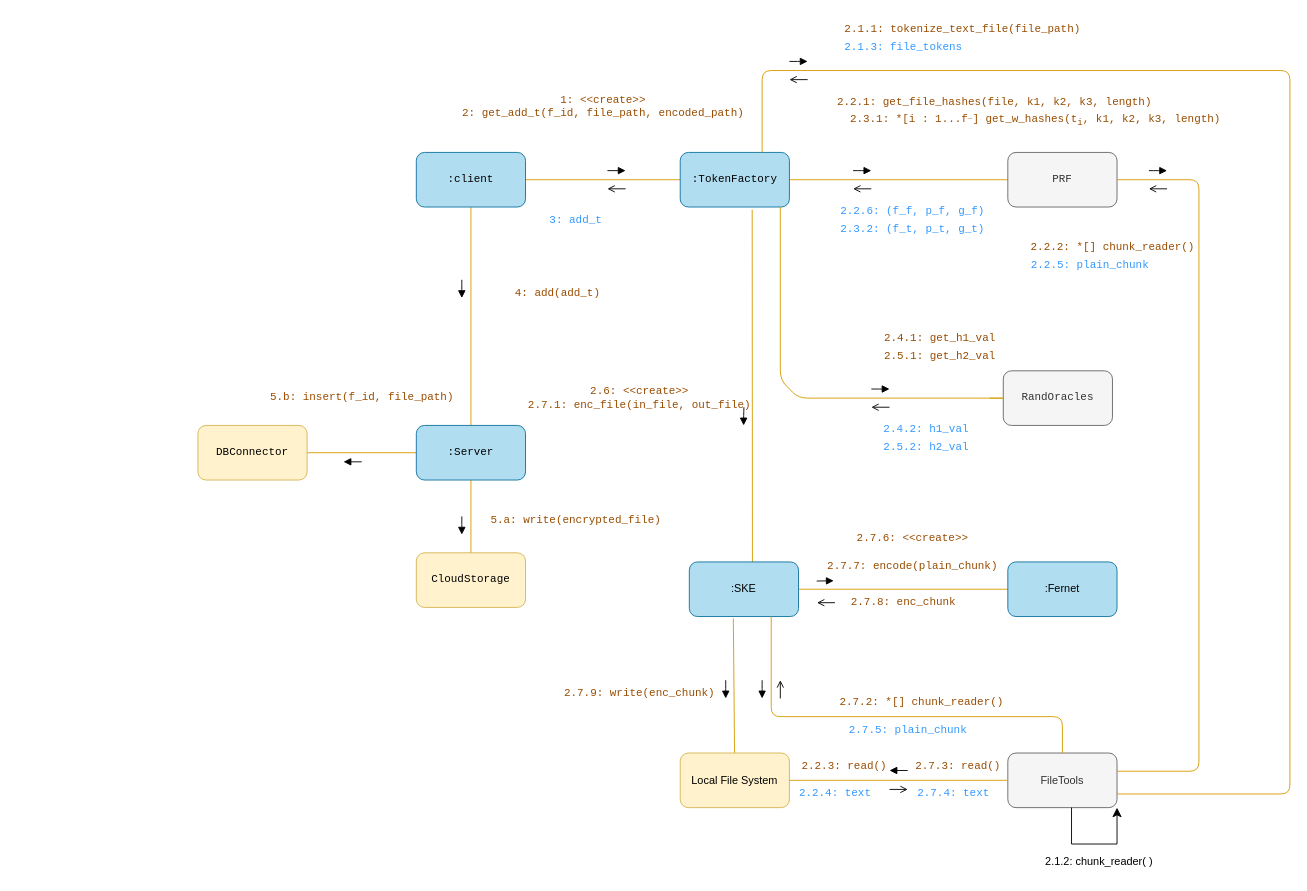
Before: page "add-communication" (2 of 4) of diagrams/behavioral/serevr-core.drawio in thisisel/dynamic-sse, a draw.io diagram. Source tidied: cells renumbered, new cells numbered last; positions are measured from the earlier drawing's top-left corner, leaving out a move shared by most shapes. Both pictures are drawn from the tidied source at 91%, with x=0, y=0 at pixel (197, 15).
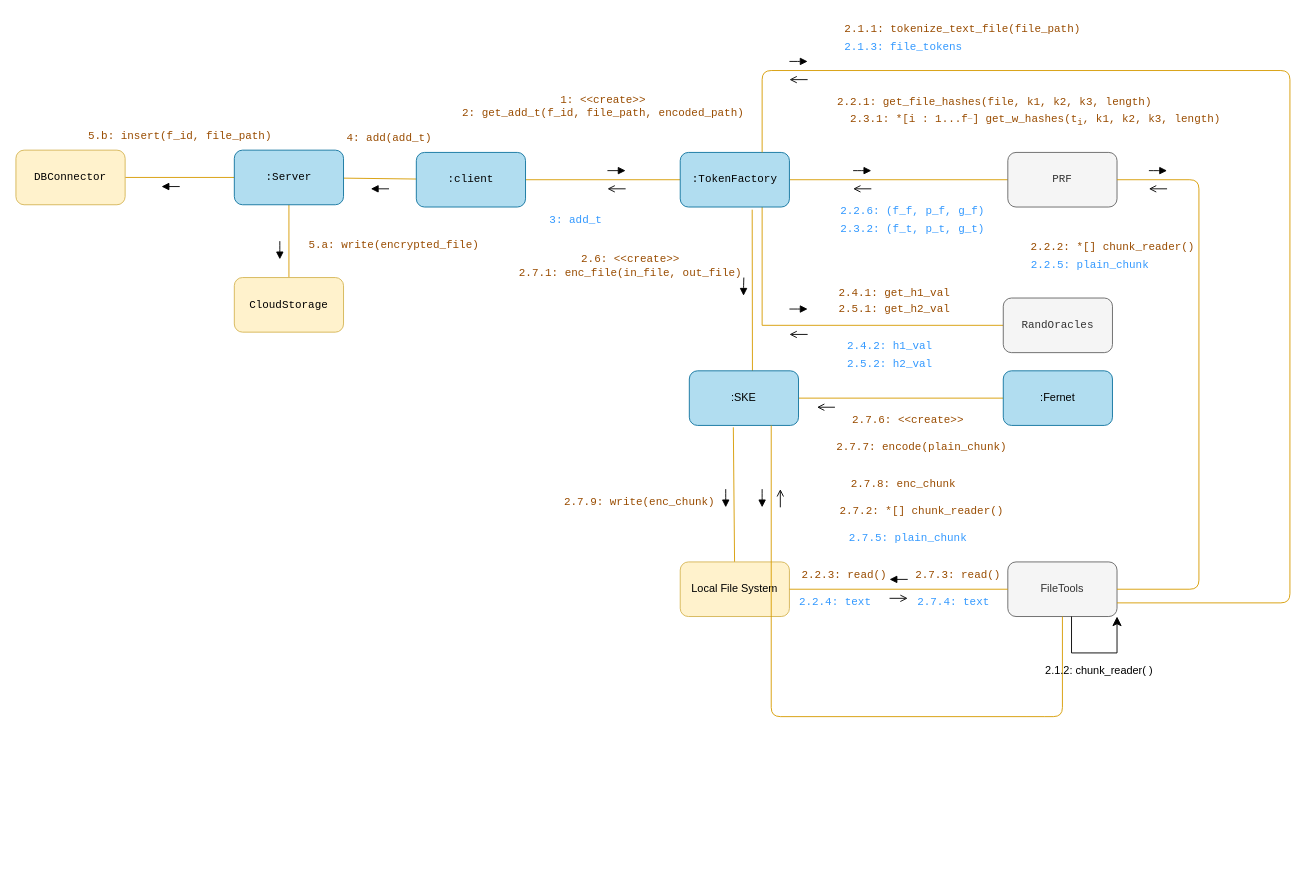
After the change.

Unchanged cells that the change refers to:
```xml
<mxCell id="7" value=":TokenFactory" style="whiteSpace=wrap;html=1;rounded=1;fontFamily=Courier New;fillColor=#b1ddf0;strokeColor=#10739e;" parent="1" vertex="1">
  <mxGeometry x="530" y="150" width="120" height="60" as="geometry" />
</mxCell>
<mxCell id="8" value="PRF" style="whiteSpace=wrap;html=1;rounded=1;fontFamily=Courier New;fillColor=#f5f5f5;strokeColor=#666666;fontColor=#333333;" parent="1" vertex="1">
  <mxGeometry x="890" y="150" width="120" height="60" as="geometry" />
</mxCell>
```

Change to the diagram source:
```diff
@@
+    <mxCell id="77" style="edgeStyle=orthogonalEdgeStyle;rounded=0;jettySize=auto;html=1;exitX=0.75;exitY=1;exitDx=0;exitDy=0;entryX=0;entryY=0.5;entryDx=0;entryDy=0;strokeColor=#D79B00;endArrow=none;endFill=0;" parent="1" edge="1" source="7" target="27">
+      <mxGeometry relative="1" as="geometry" />
+    </mxCell>
@@
     <mxCell id="11" value=":Server" style="whiteSpace=wrap;html=1;rounded=1;fontFamily=Courier New;fillColor=#b1ddf0;strokeColor=#10739e;" parent="1" vertex="1">
-      <mxGeometry x="240" y="450" width="120" height="60" as="geometry" />
+      <mxGeometry x="40" y="147.5" width="120" height="60" as="geometry" />
     </mxCell>
@@
-    <mxCell id="19" style="html=1;verticalAlign=bottom;labelBackgroundColor=none;endArrow=block;endFill=1;fontFamily=Courier New;fillColor=#ffe6cc;strokeColor=#000000;" parent="1" edge="1">
-      <mxGeometry relative="1" as="geometry">
-        <mxPoint x="290" y="290" as="sourcePoint" />
-        <mxPoint x="290" y="310" as="targetPoint" />
-        <Array as="points">
-          <mxPoint x="290" y="300" />
-        </Array>
-      </mxGeometry>
-    </mxCell>
@@
     <mxCell id="21" value="&lt;font color=&quot;#994c00&quot;&gt;4: add(add_t)&lt;/font&gt;" style="text;html=1;align=center;verticalAlign=middle;strokeColor=none;fillColor=none;fontFamily=Courier New;" parent="1" vertex="1">
-      <mxGeometry x="335" y="290" width="120" height="30" as="geometry" />
+      <mxGeometry x="150" y="120" width="120" height="30" as="geometry" />
     </mxCell>
@@
     <mxCell id="24" value=":SKE" style="rounded=1;whiteSpace=wrap;html=1;fillColor=#b1ddf0;strokeColor=#10739e;" parent="1" vertex="1">
-      <mxGeometry x="540" y="600" width="120" height="60" as="geometry" />
+      <mxGeometry x="540" y="390" width="120" height="60" as="geometry" />
     </mxCell>
@@
     <mxCell id="27" value="RandOracles" style="whiteSpace=wrap;html=1;fontFamily=Courier New;fillColor=#f5f5f5;strokeColor=#666666;rounded=1;fontColor=#333333;" parent="1" vertex="1">
-      <mxGeometry x="885" y="390" width="120" height="60" as="geometry" />
+      <mxGeometry x="885" y="310" width="120" height="60" as="geometry" />
     </mxCell>
-    <mxCell id="28" style="edgeStyle=none;html=1;endArrow=none;endFill=0;fillColor=#ffe6cc;strokeColor=#d79b00;" parent="1" edge="1">
-      <mxGeometry relative="1" as="geometry">
-        <mxPoint x="640" y="210" as="sourcePoint" />
-        <mxPoint x="870" y="420" as="targetPoint" />
-        <Array as="points">
-          <mxPoint x="640" y="300" />
-          <mxPoint x="640" y="400" />
-          <mxPoint x="660" y="420" />
-          <mxPoint x="700" y="420" />
-          <mxPoint x="890" y="420" />
-        </Array>
-      </mxGeometry>
-    </mxCell>
     <mxCell id="29" style="html=1;verticalAlign=bottom;labelBackgroundColor=none;endArrow=block;endFill=1;fontFamily=Courier New;fillColor=#ffe6cc;strokeColor=#000000;" parent="1" edge="1">
       <mxGeometry relative="1" as="geometry">
-        <mxPoint x="600" y="430" as="sourcePoint" />
-        <mxPoint x="599.7" y="450" as="targetPoint" />
+        <mxPoint x="599.9" y="287.5" as="sourcePoint" />
+        <mxPoint x="599.6" y="307.5" as="targetPoint" />
         <Array as="points">
-          <mxPoint x="599.7" y="440" />
+          <mxPoint x="599.6" y="297.5" />
         </Array>
       </mxGeometry>
     </mxCell>
     <mxCell id="30" style="html=1;verticalAlign=bottom;labelBackgroundColor=none;endArrow=open;endFill=0;fontFamily=Courier New;fillColor=#ffe6cc;strokeColor=#000000;" parent="1" edge="1">
       <mxGeometry relative="1" as="geometry">
-        <mxPoint x="760" y="430" as="sourcePoint" />
-        <mxPoint x="740" y="430" as="targetPoint" />
+        <mxPoint x="670" y="350" as="sourcePoint" />
+        <mxPoint x="650" y="350" as="targetPoint" />
       </mxGeometry>
     </mxCell>
     <mxCell id="31" value="&lt;font color=&quot;#994c00&quot;&gt;2.4.1: get_h1_val&lt;/font&gt;" style="text;html=1;align=center;verticalAlign=middle;strokeColor=none;fillColor=none;fontFamily=Courier New;" parent="1" vertex="1">
-      <mxGeometry x="740" y="340" width="150" height="30" as="geometry" />
+      <mxGeometry x="690" y="290" width="150" height="30" as="geometry" />
     </mxCell>
     <mxCell id="32" value="&lt;font color=&quot;#3399ff&quot;&gt;2.4.2: h1_val&lt;/font&gt;" style="text;html=1;align=center;verticalAlign=middle;strokeColor=none;fillColor=none;fontFamily=Courier New;" parent="1" vertex="1">
-      <mxGeometry x="740" y="440" width="120" height="30" as="geometry" />
+      <mxGeometry x="700" y="347.5" width="120" height="30" as="geometry" />
     </mxCell>
     <mxCell id="33" value="&lt;font color=&quot;#994c00&quot;&gt;2.5.1: get_h2_val&lt;/font&gt;" style="text;html=1;align=center;verticalAlign=middle;strokeColor=none;fillColor=none;fontFamily=Courier New;" parent="1" vertex="1">
-      <mxGeometry x="740" y="360" width="150" height="30" as="geometry" />
+      <mxGeometry x="690" y="307.5" width="150" height="30" as="geometry" />
     </mxCell>
     <mxCell id="34" value="&lt;font color=&quot;#3399ff&quot;&gt;2.5.2: h2_val&lt;/font&gt;" style="text;html=1;align=center;verticalAlign=middle;strokeColor=none;fillColor=none;fontFamily=Courier New;" parent="1" vertex="1">
-      <mxGeometry x="740" y="460" width="120" height="30" as="geometry" />
+      <mxGeometry x="700" y="367.5" width="120" height="30" as="geometry" />
     </mxCell>
     <mxCell id="35" value="&lt;font color=&quot;#994c00&quot;&gt;2.6: &amp;lt;&amp;lt;create&amp;gt;&amp;gt;&lt;br&gt;2.7.1: enc_file(in_file, out_file)&lt;br&gt;&lt;/font&gt;" style="text;html=1;align=center;verticalAlign=middle;strokeColor=none;fillColor=none;fontFamily=Courier New;" parent="1" vertex="1">
-      <mxGeometry x="350" y="400" width="270" height="40" as="geometry" />
+      <mxGeometry x="340" y="255" width="270" height="40" as="geometry" />
     </mxCell>
     <mxCell id="36" style="html=1;verticalAlign=bottom;labelBackgroundColor=none;endArrow=block;endFill=1;fontFamily=Courier New;fillColor=#ffe6cc;strokeColor=#000000;" parent="1" edge="1">
       <mxGeometry relative="1" as="geometry">
-        <mxPoint x="740" y="410" as="sourcePoint" />
-        <mxPoint x="760" y="410" as="targetPoint" />
+        <mxPoint x="650" y="322.1" as="sourcePoint" />
+        <mxPoint x="670" y="322.1" as="targetPoint" />
         <Array as="points">
-          <mxPoint x="750" y="410" />
+          <mxPoint x="660" y="322.1" />
         </Array>
       </mxGeometry>
     </mxCell>
     <mxCell id="37" value="Local File System" style="whiteSpace=wrap;html=1;fillColor=#fff2cc;strokeColor=#d6b656;rounded=1;" parent="1" vertex="1">
-      <mxGeometry x="530" y="810" width="120" height="60" as="geometry" />
+      <mxGeometry x="530" y="600" width="120" height="60" as="geometry" />
     </mxCell>
     <mxCell id="38" style="html=1;verticalAlign=bottom;labelBackgroundColor=none;endArrow=block;endFill=1;fontFamily=Courier New;fillColor=#ffe6cc;strokeColor=#000000;" parent="1" edge="1">
       <mxGeometry relative="1" as="geometry">
-        <mxPoint x="580" y="730" as="sourcePoint" />
-        <mxPoint x="580" y="750" as="targetPoint" />
+        <mxPoint x="580" y="520" as="sourcePoint" />
+        <mxPoint x="580" y="540" as="targetPoint" />
         <Array as="points">
-          <mxPoint x="580" y="740" />
+          <mxPoint x="580" y="530" />
         </Array>
       </mxGeometry>
     </mxCell>
     <mxCell id="39" style="html=1;verticalAlign=bottom;labelBackgroundColor=none;endArrow=open;endFill=0;fontFamily=Courier New;fillColor=#ffe6cc;strokeColor=#000000;" parent="1" edge="1">
       <mxGeometry relative="1" as="geometry">
-        <mxPoint x="640" y="750" as="sourcePoint" />
-        <mxPoint x="640" y="730" as="targetPoint" />
+        <mxPoint x="640" y="540" as="sourcePoint" />
+        <mxPoint x="640" y="520" as="targetPoint" />
       </mxGeometry>
     </mxCell>
     <mxCell id="40" value="&lt;font color=&quot;#994c00&quot;&gt;2.7.9: write(enc_chunk)&lt;br&gt;&lt;/font&gt;" style="text;html=1;align=center;verticalAlign=middle;strokeColor=none;fillColor=none;fontFamily=Courier New;" parent="1" vertex="1">
-      <mxGeometry x="390" y="730" width="190" height="30" as="geometry" />
+      <mxGeometry x="390" y="520" width="190" height="30" as="geometry" />
     </mxCell>
     <mxCell id="41" value="FileTools" style="whiteSpace=wrap;html=1;fillColor=#f5f5f5;strokeColor=#666666;rounded=1;fontColor=#333333;" parent="1" vertex="1">
-      <mxGeometry x="890" y="810" width="120" height="60" as="geometry" />
+      <mxGeometry x="890" y="600" width="120" height="60" as="geometry" />
     </mxCell>
-    <mxCell id="42" style="edgeStyle=none;html=1;endArrow=none;endFill=0;fillColor=#ffe6cc;strokeColor=#d79b00;entryX=0.5;entryY=0;entryDx=0;entryDy=0;exitX=0.75;exitY=1;exitDx=0;exitDy=0;" parent="1" edge="1" source="24" target="41">
+    <mxCell id="42" style="edgeStyle=none;html=1;endArrow=none;endFill=0;fillColor=#ffe6cc;strokeColor=#d79b00;exitX=0.75;exitY=1;exitDx=0;exitDy=0;" parent="1" edge="1" source="24" target="41">
       <mxGeometry relative="1" as="geometry">
         <Array as="points">
           <mxPoint x="630" y="770" />
           <mxPoint x="920" y="770" />
           <mxPoint x="950" y="770" />
         </Array>
       </mxGeometry>
     </mxCell>
     <mxCell id="43" style="html=1;verticalAlign=bottom;labelBackgroundColor=none;endArrow=block;endFill=1;fontFamily=Courier New;fillColor=#ffe6cc;strokeColor=#000000;" parent="1" edge="1">
       <mxGeometry relative="1" as="geometry">
-        <mxPoint x="620" y="730" as="sourcePoint" />
-        <mxPoint x="620" y="750" as="targetPoint" />
+        <mxPoint x="620" y="520" as="sourcePoint" />
+        <mxPoint x="620" y="540" as="targetPoint" />
         <Array as="points">
-          <mxPoint x="620" y="740" />
+          <mxPoint x="620" y="530" />
         </Array>
       </mxGeometry>
     </mxCell>
     <mxCell id="44" value="&lt;font color=&quot;#994c00&quot;&gt;2.7.2: *[] chunk_reader()&lt;br&gt;&lt;/font&gt;" style="text;html=1;align=center;verticalAlign=middle;strokeColor=none;fillColor=none;fontFamily=Courier New;" parent="1" vertex="1">
-      <mxGeometry x="695" y="740" width="200" height="30" as="geometry" />
+      <mxGeometry x="695" y="530" width="200" height="30" as="geometry" />
     </mxCell>
     <mxCell id="45" value="&lt;font color=&quot;#3399ff&quot;&gt;2.7.5: plain_chunk&lt;/font&gt;" style="text;html=1;align=center;verticalAlign=middle;strokeColor=none;fillColor=none;fontFamily=Courier New;" parent="1" vertex="1">
-      <mxGeometry x="705" y="770" width="150" height="30" as="geometry" />
+      <mxGeometry x="705" y="560" width="150" height="30" as="geometry" />
     </mxCell>
@@
     <mxCell id="47" style="html=1;verticalAlign=bottom;labelBackgroundColor=none;endArrow=block;endFill=1;fontFamily=Courier New;fillColor=#ffe6cc;strokeColor=#000000;" parent="1" edge="1">
       <mxGeometry relative="1" as="geometry">
-        <mxPoint x="780" y="829.2" as="sourcePoint" />
-        <mxPoint x="760" y="829.2" as="targetPoint" />
+        <mxPoint x="780" y="619.2" as="sourcePoint" />
+        <mxPoint x="760" y="619.2" as="targetPoint" />
       </mxGeometry>
     </mxCell>
     <mxCell id="48" style="html=1;verticalAlign=bottom;labelBackgroundColor=none;endArrow=open;endFill=0;fontFamily=Courier New;fillColor=#ffe6cc;strokeColor=#000000;" parent="1" edge="1">
       <mxGeometry relative="1" as="geometry">
-        <mxPoint x="760" y="850" as="sourcePoint" />
-        <mxPoint x="780" y="850" as="targetPoint" />
+        <mxPoint x="760" y="640" as="sourcePoint" />
+        <mxPoint x="780" y="640" as="targetPoint" />
       </mxGeometry>
     </mxCell>
     <mxCell id="49" value="&lt;font color=&quot;#994c00&quot;&gt;2.7.3: read()&lt;br&gt;&lt;/font&gt;" style="text;html=1;align=center;verticalAlign=middle;strokeColor=none;fillColor=none;fontFamily=Courier New;" parent="1" vertex="1">
-      <mxGeometry x="775" y="810" width="120" height="30" as="geometry" />
+      <mxGeometry x="775" y="600" width="120" height="30" as="geometry" />
     </mxCell>
     <mxCell id="50" value="&lt;font color=&quot;#3399ff&quot;&gt;2.7.4: text&lt;/font&gt;" style="text;html=1;align=center;verticalAlign=middle;strokeColor=none;fillColor=none;fontFamily=Courier New;" parent="1" vertex="1">
-      <mxGeometry x="780" y="840" width="100" height="30" as="geometry" />
+      <mxGeometry x="780" y="630" width="100" height="30" as="geometry" />
     </mxCell>
     <mxCell id="51" value=":Fernet" style="whiteSpace=wrap;html=1;fillColor=#b1ddf0;strokeColor=#10739e;rounded=1;" parent="1" vertex="1">
-      <mxGeometry x="890" y="600" width="120" height="60" as="geometry" />
+      <mxGeometry x="885" y="390" width="120" height="60" as="geometry" />
     </mxCell>
     <mxCell id="52" value="&lt;font color=&quot;#994c00&quot;&gt;2.7.6: &amp;lt;&amp;lt;create&amp;gt;&amp;gt;&lt;br&gt;&lt;/font&gt;" style="text;html=1;align=center;verticalAlign=middle;strokeColor=none;fillColor=none;fontFamily=Courier New;" parent="1" vertex="1">
-      <mxGeometry x="710" y="560" width="150" height="30" as="geometry" />
+      <mxGeometry x="705" y="430" width="150" height="30" as="geometry" />
     </mxCell>
     <mxCell id="53" value="&lt;font color=&quot;#994c00&quot;&gt;2.7.7: encode(plain_chunk)&lt;br&gt;&lt;/font&gt;" style="text;html=1;align=center;verticalAlign=middle;points=[];strokeColor=none;fillColor=none;fontFamily=Courier New;" parent="1" vertex="1">
-      <mxGeometry x="680" y="590" width="210" height="30" as="geometry" />
+      <mxGeometry x="690" y="460" width="210" height="30" as="geometry" />
     </mxCell>
     <mxCell id="54" value="&lt;font color=&quot;#994c00&quot;&gt;2.7.8: enc_chunk&lt;br&gt;&lt;/font&gt;" style="text;html=1;align=center;verticalAlign=middle;strokeColor=none;fillColor=none;fontFamily=Courier New;" parent="1" vertex="1">
-      <mxGeometry x="705" y="630" width="140" height="30" as="geometry" />
+      <mxGeometry x="705" y="500" width="140" height="30" as="geometry" />
     </mxCell>
     <mxCell id="55" style="edgeStyle=none;jettySize=auto;html=1;endArrow=none;endFill=0;exitX=1;exitY=0.5;exitDx=0;exitDy=0;fillColor=#ffe6cc;strokeColor=#d79b00;" parent="1" edge="1" source="8">
       <mxGeometry relative="1" as="geometry">
-        <mxPoint x="1010" y="830" as="targetPoint" />
+        <mxPoint x="1010" y="630" as="targetPoint" />
         <Array as="points">
           <mxPoint x="1100" y="180" />
-          <mxPoint x="1100" y="830" />
+          <mxPoint x="1100" y="630" />
         </Array>
       </mxGeometry>
     </mxCell>
-    <mxCell id="56" style="html=1;verticalAlign=bottom;labelBackgroundColor=none;endArrow=block;endFill=1;fontFamily=Courier New;fillColor=#ffe6cc;strokeColor=#000000;entryX=0.089;entryY=1.024;entryDx=0;entryDy=0;entryPerimeter=0;" parent="1" edge="1" target="53">
-      <mxGeometry relative="1" as="geometry">
-        <mxPoint x="680" y="621" as="sourcePoint" />
-      </mxGeometry>
-    </mxCell>
     <mxCell id="57" style="html=1;verticalAlign=bottom;labelBackgroundColor=none;endArrow=open;endFill=0;fontFamily=Courier New;fillColor=#ffe6cc;strokeColor=#000000;" parent="1" edge="1">
       <mxGeometry relative="1" as="geometry">
-        <mxPoint x="700" y="644.8" as="sourcePoint" />
-        <mxPoint x="680.3" y="644.8" as="targetPoint" />
+        <mxPoint x="700" y="430" as="sourcePoint" />
+        <mxPoint x="680.3" y="430" as="targetPoint" />
       </mxGeometry>
     </mxCell>
@@
     <mxCell id="60" value="CloudStorage" style="whiteSpace=wrap;html=1;fontFamily=Courier New;fillColor=#fff2cc;strokeColor=#d6b656;rounded=1;" parent="1" vertex="1">
-      <mxGeometry x="240" y="590" width="120" height="60" as="geometry" />
+      <mxGeometry x="40" y="287.5" width="120" height="60" as="geometry" />
     </mxCell>
     <mxCell id="61" style="html=1;verticalAlign=bottom;labelBackgroundColor=none;endArrow=block;endFill=1;fontFamily=Courier New;fillColor=#ffe6cc;strokeColor=#000000;" parent="1" edge="1">
       <mxGeometry relative="1" as="geometry">
-        <mxPoint x="290" y="550" as="sourcePoint" />
-        <mxPoint x="290" y="570" as="targetPoint" />
+        <mxPoint x="90" y="247.5" as="sourcePoint" />
+        <mxPoint x="90" y="267.5" as="targetPoint" />
         <Array as="points">
-          <mxPoint x="290" y="560" />
+          <mxPoint x="90" y="257.5" />
         </Array>
       </mxGeometry>
     </mxCell>
     <mxCell id="62" value="&lt;font color=&quot;#994c00&quot;&gt;5.a: write(encrypted_file)&lt;/font&gt;" style="text;html=1;align=center;verticalAlign=middle;strokeColor=none;fillColor=none;fontFamily=Courier New;" parent="1" vertex="1">
-      <mxGeometry x="310" y="540" width="210" height="30" as="geometry" />
+      <mxGeometry x="110" y="237.5" width="210" height="30" as="geometry" />
     </mxCell>
@@
     <mxCell id="65" style="edgeStyle=none;jettySize=auto;html=1;exitX=0.75;exitY=0;exitDx=0;exitDy=0;endArrow=none;endFill=0;fillColor=#ffe6cc;strokeColor=#d79b00;entryX=1;entryY=0.75;entryDx=0;entryDy=0;" parent="1" edge="1" source="7" target="41">
       <mxGeometry relative="1" as="geometry">
         <Array as="points">
           <mxPoint x="620" y="60" />
           <mxPoint x="1200" y="60" />
-          <mxPoint x="1200" y="855" />
+          <mxPoint x="1200" y="645" />
         </Array>
       </mxGeometry>
     </mxCell>
@@
     <mxCell id="70" style="edgeStyle=segmentEdgeStyle;endArrow=classic;html=1;curved=0;rounded=0;endSize=8;startSize=8;sourcePerimeterSpacing=0;targetPerimeterSpacing=0;entryX=1;entryY=1;entryDx=0;entryDy=0;" parent="1" edge="1" target="41">
       <mxGeometry relative="1" as="geometry">
-        <mxPoint x="960" y="870" as="sourcePoint" />
+        <mxPoint x="960" y="660" as="sourcePoint" />
         <Array as="points">
-          <mxPoint x="960" y="910" />
-          <mxPoint x="1010" y="910" />
+          <mxPoint x="960" y="700" />
+          <mxPoint x="1010" y="700" />
         </Array>
       </mxGeometry>
     </mxCell>
     <mxCell id="71" value="2.1.2: chunk_reader( )" style="text;html=1;align=center;verticalAlign=middle;strokeColor=none;fillColor=none;" parent="1" vertex="1">
-      <mxGeometry x="920" y="915" width="140" height="30" as="geometry" />
+      <mxGeometry x="920" y="705" width="140" height="30" as="geometry" />
     </mxCell>
     <mxCell id="72" value="&lt;font color=&quot;#994c00&quot;&gt;2.2.3: read()&lt;br&gt;&lt;/font&gt;" style="text;html=1;align=center;verticalAlign=middle;strokeColor=none;fillColor=none;fontFamily=Courier New;" parent="1" vertex="1">
-      <mxGeometry x="650" y="810" width="120" height="30" as="geometry" />
+      <mxGeometry x="650" y="600" width="120" height="30" as="geometry" />
     </mxCell>
     <mxCell id="73" value="&lt;font color=&quot;#3399ff&quot;&gt;2.2.4: text&lt;/font&gt;" style="text;html=1;align=center;verticalAlign=middle;strokeColor=none;fillColor=none;fontFamily=Courier New;" parent="1" vertex="1">
-      <mxGeometry x="650" y="840" width="100" height="30" as="geometry" />
+      <mxGeometry x="650" y="630" width="100" height="30" as="geometry" />
     </mxCell>
     <mxCell id="74" value="DBConnector" style="whiteSpace=wrap;html=1;fontFamily=Courier New;fillColor=#fff2cc;strokeColor=#d6b656;rounded=1;" parent="1" vertex="1">
-      <mxGeometry y="450" width="120" height="60" as="geometry" />
+      <mxGeometry x="-200" y="147.5" width="120" height="60" as="geometry" />
     </mxCell>
     <mxCell id="75" value="&lt;font color=&quot;#994c00&quot;&gt;5.b: insert(f_id, file_path)&lt;/font&gt;" style="text;html=1;align=center;verticalAlign=middle;strokeColor=none;fillColor=none;fontFamily=Courier New;" parent="1" vertex="1">
-      <mxGeometry x="65" y="405" width="230" height="30" as="geometry" />
+      <mxGeometry x="-135" y="117.5" width="230" height="30" as="geometry" />
     </mxCell>
     <mxCell id="76" style="html=1;verticalAlign=bottom;labelBackgroundColor=none;endArrow=block;endFill=1;fontFamily=Courier New;fillColor=#ffe6cc;strokeColor=#000000;" parent="1" edge="1">
       <mxGeometry relative="1" as="geometry">
-        <mxPoint x="180" y="490" as="sourcePoint" />
-        <mxPoint x="160" y="490" as="targetPoint" />
+        <mxPoint x="-20" y="187.5" as="sourcePoint" />
+        <mxPoint x="-40" y="187.5" as="targetPoint" />
         <Array as="points">
-          <mxPoint x="180" y="490" />
+          <mxPoint x="-20" y="187.5" />
         </Array>
       </mxGeometry>
     </mxCell>
+    <mxCell id="78" style="html=1;verticalAlign=bottom;labelBackgroundColor=none;endArrow=block;endFill=1;fontFamily=Courier New;fillColor=#ffe6cc;strokeColor=#000000;" parent="1" edge="1">
+      <mxGeometry relative="1" as="geometry">
+        <mxPoint x="210" y="190" as="sourcePoint" />
+        <mxPoint x="190" y="190" as="targetPoint" />
+        <Array as="points">
+          <mxPoint x="210" y="190" />
+        </Array>
+      </mxGeometry>
+    </mxCell>
```
